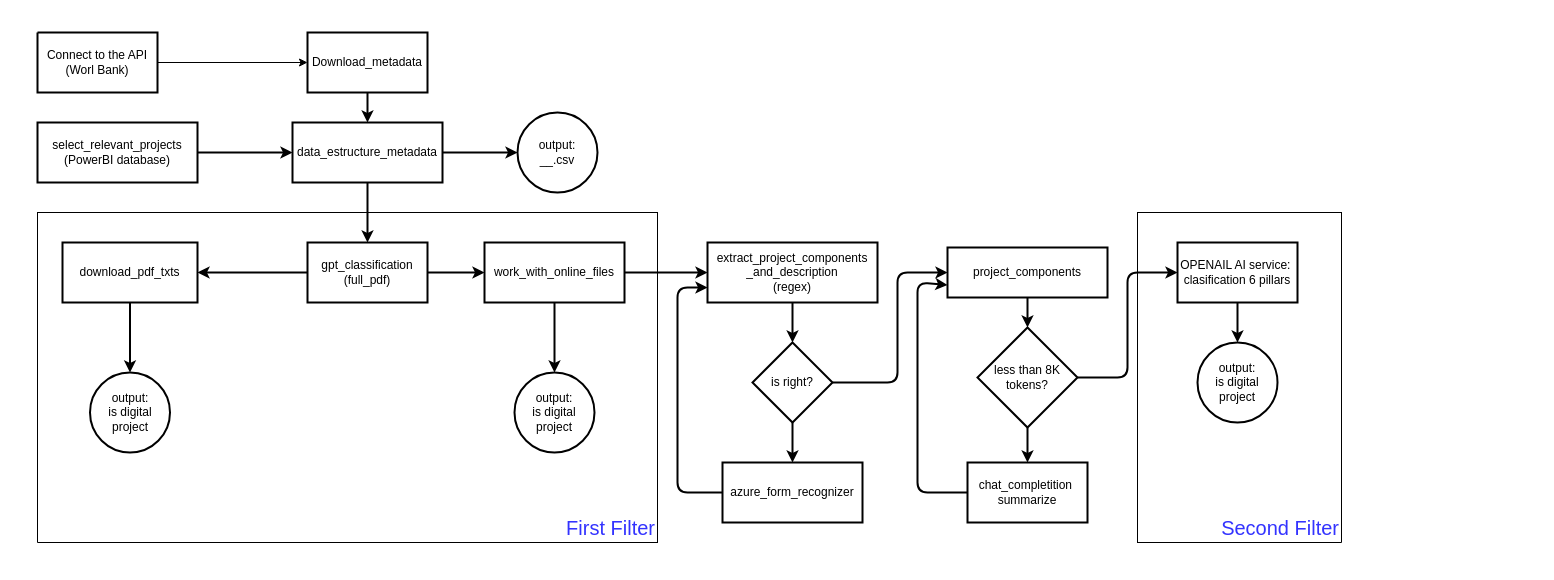
This is figs/digital_projects.drawio from alexanderquispe/DigitalPillarAI, a draw.io file, before an edit. Source tidied: cells renumbered, new cells numbered last; positions are measured from the earlier drawing's top-left corner, leaving out a move shared by most shapes. Both pictures are drawn from the tidied source at 100%, with x=0, y=0 at pixel (22, 17).
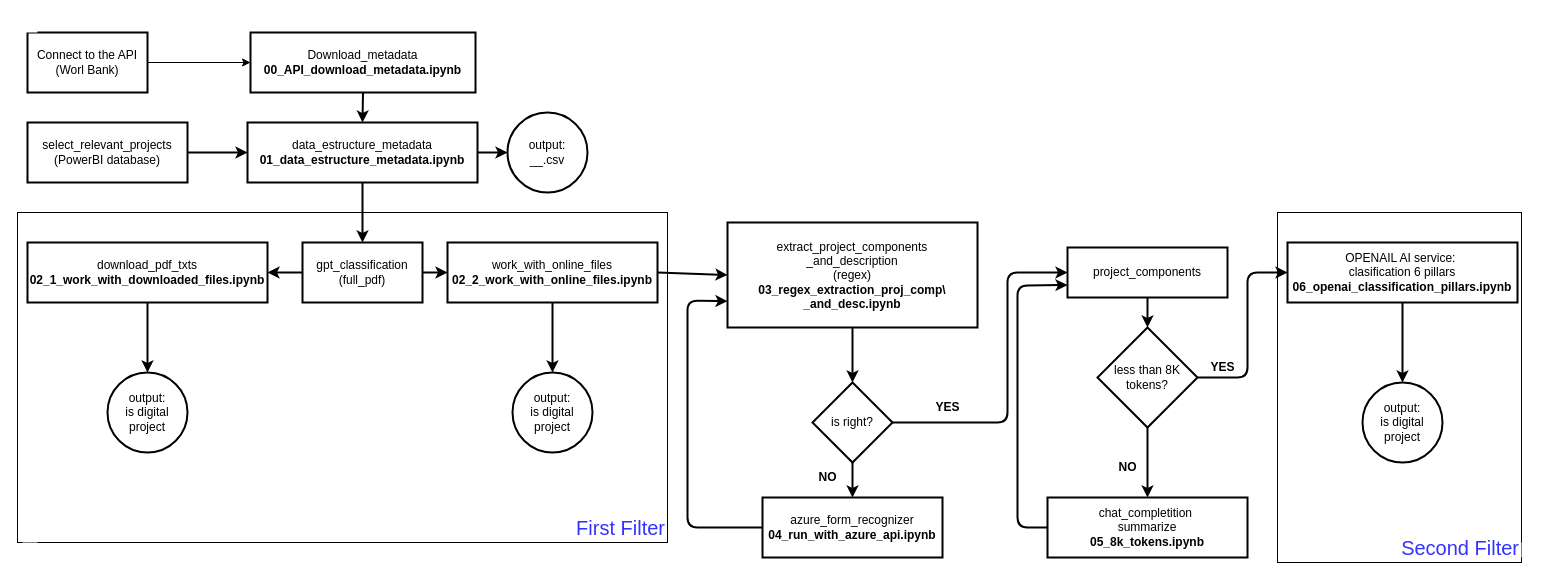
The same diagram, later.

Change to the diagram source:
```diff
@@
     <mxCell id="2" value="&lt;font color=&quot;#3333ff&quot;&gt;Second Filter&lt;/font&gt;" style="whiteSpace=wrap;html=1;strokeColor=#000000;strokeWidth=1;fontColor=#000000;fillColor=#FFFFFF;gradientColor=none;align=right;verticalAlign=bottom;fontSize=20;" parent="1" vertex="1">
-      <mxGeometry x="1115" y="195" width="204" height="330" as="geometry" />
+      <mxGeometry x="1255" y="195" width="244" height="350" as="geometry" />
     </mxCell>
     <mxCell id="3" value="First Filter" style="whiteSpace=wrap;html=1;strokeColor=#000000;strokeWidth=1;fontColor=#3333FF;fillColor=#FFFFFF;verticalAlign=bottom;align=right;fontSize=20;" parent="1" vertex="1">
-      <mxGeometry x="15" y="195" width="620" height="330" as="geometry" />
+      <mxGeometry x="-5" y="195" width="650" height="330" as="geometry" />
     </mxCell>
@@
     <mxCell id="5" value="Connect to the API&lt;br&gt;(Worl Bank)" style="whiteSpace=wrap;html=1;fillColor=#FFFFFF;strokeColor=#000000;strokeWidth=2;fontColor=#000000;" parent="1" vertex="1">
-      <mxGeometry x="15" y="15" width="120" height="60" as="geometry" />
+      <mxGeometry x="5" y="15" width="120" height="60" as="geometry" />
     </mxCell>
@@
     <mxCell id="7" value="select_relevant_projects&lt;br&gt;(PowerBI database)" style="whiteSpace=wrap;html=1;strokeColor=#000000;strokeWidth=2;fontColor=#000000;fillColor=#FFFFFF;" parent="1" vertex="1">
-      <mxGeometry x="15" y="105" width="160" height="60" as="geometry" />
+      <mxGeometry x="5" y="105" width="160" height="60" as="geometry" />
     </mxCell>
@@
-    <mxCell id="11" value="data_estructure_metadata" style="whiteSpace=wrap;html=1;strokeColor=#000000;strokeWidth=2;fontColor=#000000;fillColor=#FFFFFF;" parent="1" vertex="1">
-      <mxGeometry x="270" y="105" width="150" height="60" as="geometry" />
+    <mxCell id="11" value="data_estructure_metadata&lt;br&gt;&lt;b&gt;01_data_estructure_metadata.ipynb&lt;/b&gt;" style="whiteSpace=wrap;html=1;strokeColor=#000000;strokeWidth=2;fontColor=#000000;fillColor=#FFFFFF;" parent="1" vertex="1">
+      <mxGeometry x="225" y="105" width="230" height="60" as="geometry" />
     </mxCell>
     <mxCell id="12" value="output:&lt;br&gt;__.csv" style="ellipse;whiteSpace=wrap;html=1;strokeColor=#000000;strokeWidth=2;fontColor=#000000;fillColor=#FFFFFF;" parent="1" vertex="1">
-      <mxGeometry x="495" y="95" width="80" height="80" as="geometry" />
+      <mxGeometry x="485" y="95" width="80" height="80" as="geometry" />
     </mxCell>
@@
-    <mxCell id="14" value="download_pdf_txts" style="whiteSpace=wrap;html=1;strokeColor=#000000;strokeWidth=2;fontColor=#000000;fillColor=#FFFFFF;" parent="1" vertex="1">
-      <mxGeometry x="40" y="225" width="135" height="60" as="geometry" />
+    <mxCell id="14" value="download_pdf_txts&lt;br&gt;&lt;b&gt;02_1_work_with_downloaded_files.ipynb&lt;/b&gt;" style="whiteSpace=wrap;html=1;strokeColor=#000000;strokeWidth=2;fontColor=#000000;fillColor=#FFFFFF;" parent="1" vertex="1">
+      <mxGeometry x="5" y="225" width="240" height="60" as="geometry" />
     </mxCell>
     <mxCell id="15" value="output:&lt;br&gt;is digital project" style="ellipse;whiteSpace=wrap;html=1;strokeColor=#000000;strokeWidth=2;fontColor=#000000;fillColor=#FFFFFF;" parent="1" vertex="1">
-      <mxGeometry x="67.5" y="355" width="80" height="80" as="geometry" />
+      <mxGeometry x="85" y="355" width="80" height="80" as="geometry" />
     </mxCell>
     <mxCell id="16" value="output:&lt;br&gt;is digital project" style="ellipse;whiteSpace=wrap;html=1;strokeColor=#000000;strokeWidth=2;fontColor=#000000;fillColor=#FFFFFF;" parent="1" vertex="1">
-      <mxGeometry x="492" y="355" width="80" height="80" as="geometry" />
+      <mxGeometry x="490" y="355" width="80" height="80" as="geometry" />
     </mxCell>
@@
-    <mxCell id="19" value="work_with_online_files" style="whiteSpace=wrap;html=1;strokeColor=#000000;strokeWidth=2;fontColor=#000000;fillColor=#FFFFFF;gradientColor=none;" parent="1" vertex="1">
-      <mxGeometry x="462" y="225" width="140" height="60" as="geometry" />
+    <mxCell id="19" value="work_with_online_files&lt;br&gt;&lt;b&gt;02_2_work_with_online_files.ipynb&lt;/b&gt;" style="whiteSpace=wrap;html=1;strokeColor=#000000;strokeWidth=2;fontColor=#000000;fillColor=#FFFFFF;gradientColor=none;" parent="1" vertex="1">
+      <mxGeometry x="425" y="225" width="210" height="60" as="geometry" />
     </mxCell>
@@
-    <mxCell id="21" value="extract_project_components&lt;br&gt;_and_description&lt;br&gt;(regex)" style="whiteSpace=wrap;html=1;strokeColor=#000000;strokeWidth=2;fontColor=#000000;fillColor=#FFFFFF;" parent="1" vertex="1">
-      <mxGeometry x="685" y="225" width="170" height="60" as="geometry" />
+    <mxCell id="21" value="extract_project_components&lt;br&gt;_and_description&lt;br&gt;(regex)&lt;br&gt;&lt;b&gt;03_regex_extraction_proj_comp\&lt;br&gt;_and_desc.ipynb&lt;br&gt;&lt;/b&gt;" style="whiteSpace=wrap;html=1;strokeColor=#000000;strokeWidth=2;fontColor=#000000;fillColor=#FFFFFF;" parent="1" vertex="1">
+      <mxGeometry x="705" y="205" width="250" height="105" as="geometry" />
     </mxCell>
@@
     <mxCell id="23" style="edgeStyle=none;html=1;exitX=1;exitY=0.5;exitDx=0;exitDy=0;strokeColor=#000000;strokeWidth=2;fontColor=#000000;entryX=0;entryY=0.5;entryDx=0;entryDy=0;" parent="1" edge="1" source="24" target="28">
       <mxGeometry relative="1" as="geometry">
         <Array as="points">
-          <mxPoint x="875" y="365" />
-          <mxPoint x="875" y="255" />
+          <mxPoint x="985" y="405" />
+          <mxPoint x="985" y="255" />
         </Array>
       </mxGeometry>
     </mxCell>
     <mxCell id="24" value="is right?" style="rhombus;whiteSpace=wrap;html=1;strokeColor=#000000;strokeWidth=2;fontColor=#000000;fillColor=#FFFFFF;" parent="1" vertex="1">
-      <mxGeometry x="730" y="325" width="80" height="80" as="geometry" />
+      <mxGeometry x="790" y="365" width="80" height="80" as="geometry" />
     </mxCell>
     <mxCell id="25" style="edgeStyle=none;html=1;exitX=0;exitY=0.5;exitDx=0;exitDy=0;entryX=0;entryY=0.75;entryDx=0;entryDy=0;strokeColor=#000000;strokeWidth=2;fontColor=#000000;" parent="1" edge="1" source="26" target="21">
       <mxGeometry relative="1" as="geometry">
         <Array as="points">
-          <mxPoint x="655" y="475" />
-          <mxPoint x="655" y="270" />
+          <mxPoint x="665" y="510" />
+          <mxPoint x="665" y="283" />
         </Array>
       </mxGeometry>
     </mxCell>
-    <mxCell id="26" value="azure_form_recognizer" style="whiteSpace=wrap;html=1;strokeColor=#000000;strokeWidth=2;fontColor=#000000;fillColor=#FFFFFF;" parent="1" vertex="1">
-      <mxGeometry x="700" y="445" width="140" height="60" as="geometry" />
+    <mxCell id="26" value="azure_form_recognizer&lt;br&gt;&lt;b&gt;04_run_with_azure_api.ipynb&lt;/b&gt;" style="whiteSpace=wrap;html=1;strokeColor=#000000;strokeWidth=2;fontColor=#000000;fillColor=#FFFFFF;" parent="1" vertex="1">
+      <mxGeometry x="740" y="480" width="180" height="60" as="geometry" />
     </mxCell>
@@
     <mxCell id="28" value="project_components" style="whiteSpace=wrap;html=1;strokeColor=#000000;strokeWidth=2;fontColor=#000000;fillColor=#FFFFFF;" parent="1" vertex="1">
-      <mxGeometry x="925" y="230" width="160" height="50" as="geometry" />
+      <mxGeometry x="1045" y="230" width="160" height="50" as="geometry" />
     </mxCell>
@@
     <mxCell id="30" style="edgeStyle=none;html=1;exitX=1;exitY=0.5;exitDx=0;exitDy=0;entryX=0;entryY=0.5;entryDx=0;entryDy=0;strokeColor=#000000;strokeWidth=2;fontColor=#000000;" parent="1" edge="1" source="31" target="35">
       <mxGeometry relative="1" as="geometry">
         <Array as="points">
-          <mxPoint x="1105" y="360" />
-          <mxPoint x="1105" y="255" />
+          <mxPoint x="1225" y="360" />
+          <mxPoint x="1225" y="255" />
         </Array>
       </mxGeometry>
     </mxCell>
     <mxCell id="31" value="less than 8K tokens?" style="rhombus;whiteSpace=wrap;html=1;strokeColor=#000000;strokeWidth=2;fontColor=#000000;fillColor=#FFFFFF;" parent="1" vertex="1">
-      <mxGeometry x="955" y="310" width="100" height="100" as="geometry" />
+      <mxGeometry x="1075" y="310" width="100" height="100" as="geometry" />
     </mxCell>
     <mxCell id="32" style="edgeStyle=none;html=1;exitX=0;exitY=0.5;exitDx=0;exitDy=0;entryX=0;entryY=0.75;entryDx=0;entryDy=0;strokeColor=#000000;strokeWidth=2;fontColor=#000000;" parent="1" edge="1" source="33" target="28">
       <mxGeometry relative="1" as="geometry">
         <Array as="points">
-          <mxPoint x="895" y="475" />
-          <mxPoint x="895" y="265" />
+          <mxPoint x="995" y="510" />
+          <mxPoint x="995" y="268" />
         </Array>
       </mxGeometry>
     </mxCell>
-    <mxCell id="33" value="chat_completition&amp;nbsp;&lt;br&gt;summarize" style="whiteSpace=wrap;html=1;strokeColor=#000000;strokeWidth=2;fontColor=#000000;fillColor=#FFFFFF;" parent="1" vertex="1">
-      <mxGeometry x="945" y="445" width="120" height="60" as="geometry" />
+    <mxCell id="33" value="chat_completition&amp;nbsp;&lt;br&gt;summarize&lt;br&gt;&lt;b&gt;05_8k_tokens.ipynb&lt;/b&gt;" style="whiteSpace=wrap;html=1;strokeColor=#000000;strokeWidth=2;fontColor=#000000;fillColor=#FFFFFF;" parent="1" vertex="1">
+      <mxGeometry x="1025" y="480" width="200" height="60" as="geometry" />
     </mxCell>
@@
-    <mxCell id="35" value="OPENAIL AI service:&amp;nbsp;&lt;br&gt;clasification 6 pillars" style="whiteSpace=wrap;html=1;strokeColor=#000000;strokeWidth=2;fontColor=#000000;fillColor=#FFFFFF;" parent="1" vertex="1">
-      <mxGeometry x="1155" y="225" width="120" height="60" as="geometry" />
+    <mxCell id="35" value="OPENAIL AI service:&amp;nbsp;&lt;br&gt;clasification 6 pillars&lt;br&gt;&lt;b&gt;06_openai_classification_pillars.ipynb&lt;/b&gt;" style="whiteSpace=wrap;html=1;strokeColor=#000000;strokeWidth=2;fontColor=#000000;fillColor=#FFFFFF;" parent="1" vertex="1">
+      <mxGeometry x="1265" y="225" width="230" height="60" as="geometry" />
     </mxCell>
@@
-    <mxCell id="37" value="Download_metadata" style="whiteSpace=wrap;html=1;strokeColor=#000000;strokeWidth=2;fontColor=#000000;fillColor=#FFFFFF;" parent="1" vertex="1">
-      <mxGeometry x="285" y="15" width="120" height="60" as="geometry" />
+    <mxCell id="37" value="Download_metadata&lt;br&gt;&lt;b&gt;00_API_download_metadata.ipynb&lt;/b&gt;" style="whiteSpace=wrap;html=1;strokeColor=#000000;strokeWidth=2;fontColor=#000000;fillColor=#FFFFFF;" parent="1" vertex="1">
+      <mxGeometry x="228" y="15" width="225" height="60" as="geometry" />
     </mxCell>
@@
     <mxCell id="39" value="gpt_classification (full_pdf)" style="whiteSpace=wrap;html=1;strokeColor=#000000;strokeWidth=2;fontColor=#000000;fillColor=#FFFFFF;" parent="1" vertex="1">
-      <mxGeometry x="285" y="225" width="120" height="60" as="geometry" />
+      <mxGeometry x="280" y="225" width="120" height="60" as="geometry" />
     </mxCell>
     <mxCell id="40" value="output:&lt;br&gt;is digital project" style="ellipse;whiteSpace=wrap;html=1;strokeColor=#000000;strokeWidth=2;fontColor=#000000;fillColor=#FFFFFF;" parent="1" vertex="1">
-      <mxGeometry x="1175" y="325" width="80" height="80" as="geometry" />
+      <mxGeometry x="1340" y="365" width="80" height="80" as="geometry" />
     </mxCell>
     <mxCell id="41" style="whiteSpace=wrap;html=1;strokeColor=none;strokeWidth=1;fontSize=20;fontColor=#333333;fillColor=#FFFFFF;" parent="1" vertex="1">
-      <mxGeometry x="1319" y="525" width="15" height="15" as="geometry" />
+      <mxGeometry x="1499" y="525" width="15" height="15" as="geometry" />
     </mxCell>
@@
+    <mxCell id="44" value="&lt;font color=&quot;#000000&quot;&gt;&lt;b&gt;NO&lt;/b&gt;&lt;/font&gt;" style="text;html=1;align=center;verticalAlign=middle;strokeColor=none;fillColor=none;" parent="1" vertex="1">
+      <mxGeometry x="785" y="445" width="40" height="30" as="geometry" />
+    </mxCell>
+    <mxCell id="45" value="&lt;font color=&quot;#000000&quot;&gt;&lt;b&gt;NO&lt;/b&gt;&lt;/font&gt;" style="text;html=1;align=center;verticalAlign=middle;strokeColor=none;fillColor=none;" parent="1" vertex="1">
+      <mxGeometry x="1085" y="435" width="40" height="30" as="geometry" />
+    </mxCell>
+    <mxCell id="46" value="&lt;font color=&quot;#000000&quot;&gt;&lt;b&gt;YES&lt;/b&gt;&lt;/font&gt;" style="text;html=1;align=center;verticalAlign=middle;strokeColor=none;fillColor=none;" parent="1" vertex="1">
+      <mxGeometry x="900" y="375" width="50" height="30" as="geometry" />
+    </mxCell>
+    <mxCell id="47" value="&lt;font color=&quot;#000000&quot;&gt;&lt;b&gt;YES&lt;/b&gt;&lt;/font&gt;" style="text;html=1;align=center;verticalAlign=middle;strokeColor=none;fillColor=none;" parent="1" vertex="1">
+      <mxGeometry x="1175" y="335" width="50" height="30" as="geometry" />
+    </mxCell>
```
